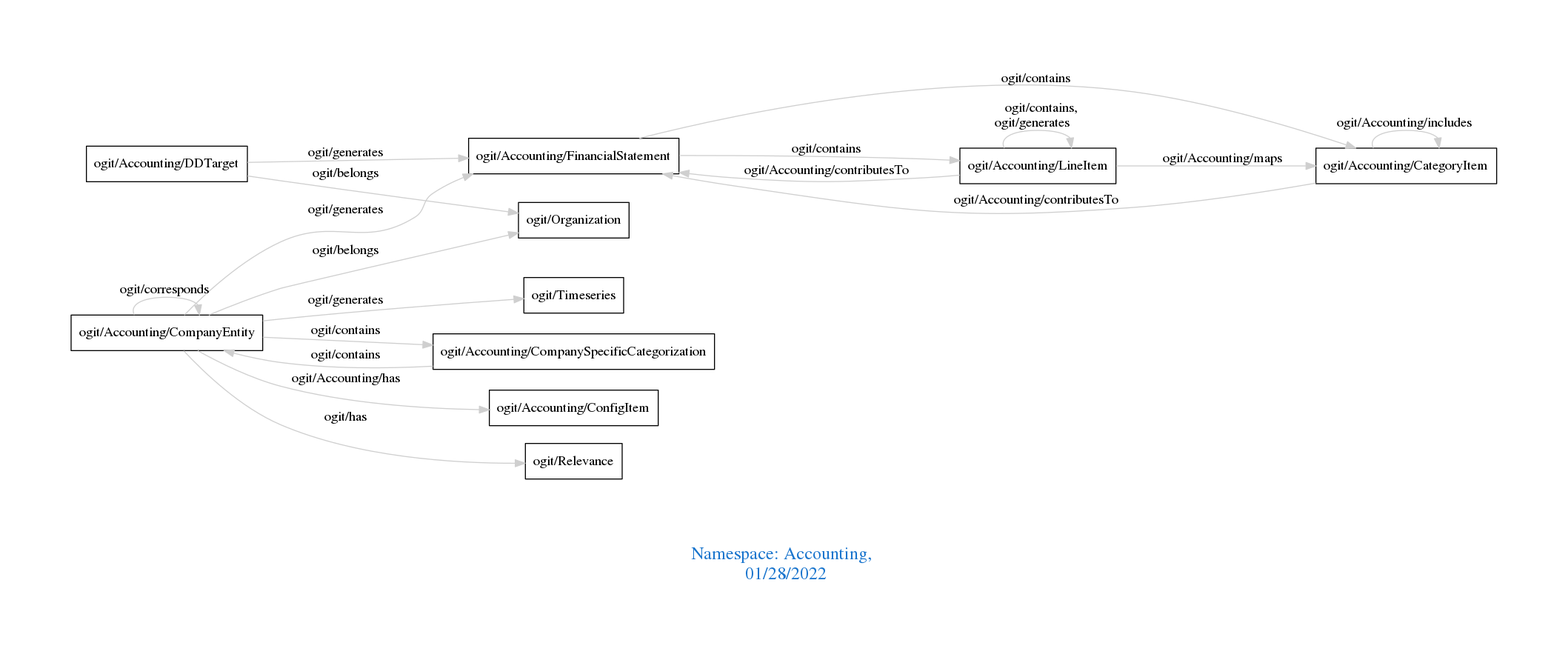
arago/OGIT keeps this Graphviz diagram as downloads/Accounting.png. Above is the earlier version. Its source is kept beside it as downloads/Accounting.dot.
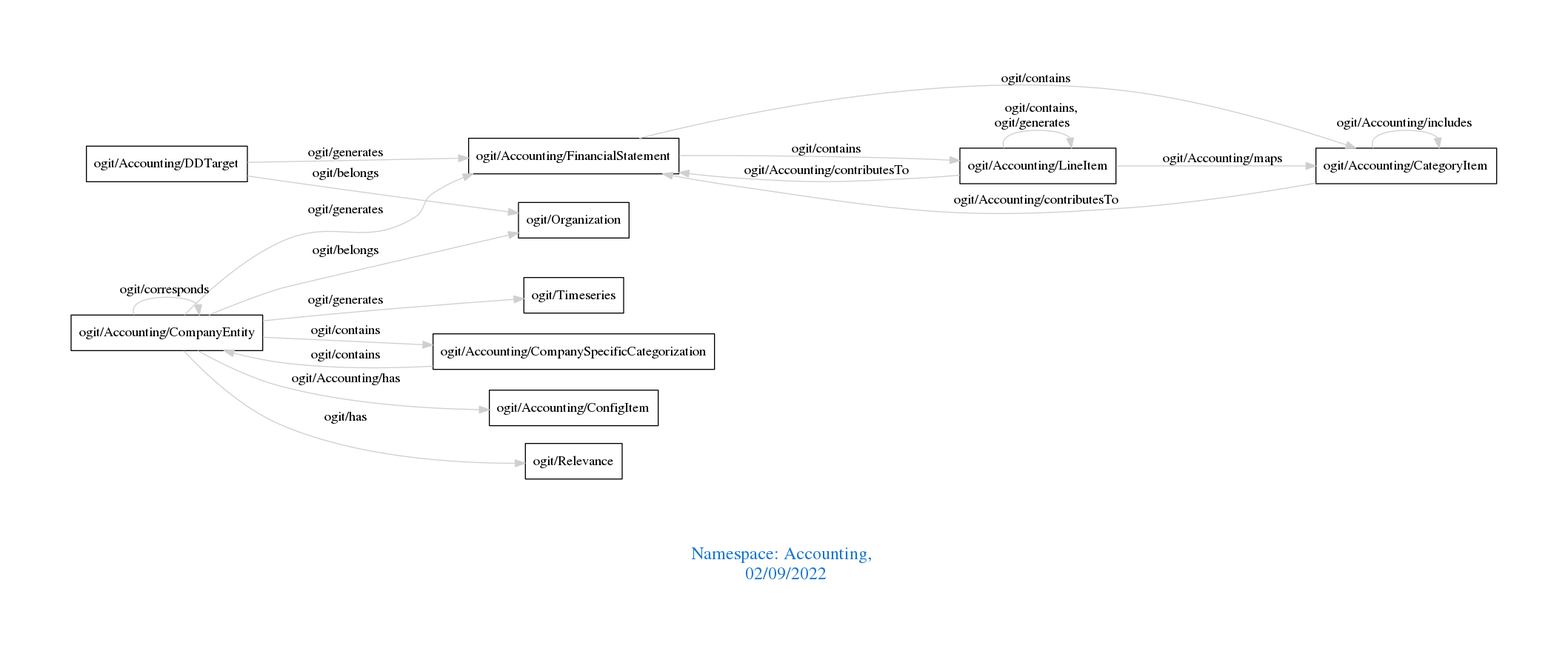
Later version of the same file.

What changed in the source:
```diff
@@ -1,7 +1,7 @@
 digraph OGIT_ontology {
  graph [ rankdir= LR,pad=1
 fontsize = 18,
-fontcolor= dodgerblue3,label = "\n\n\nNamespace: Accounting, \n 01/28/2022"];
+fontcolor= dodgerblue3,label = "\n\n\nNamespace: Accounting, \n 02/09/2022"];
 node[shape=polygon];
 edge [  color="gray81"];
 
```
